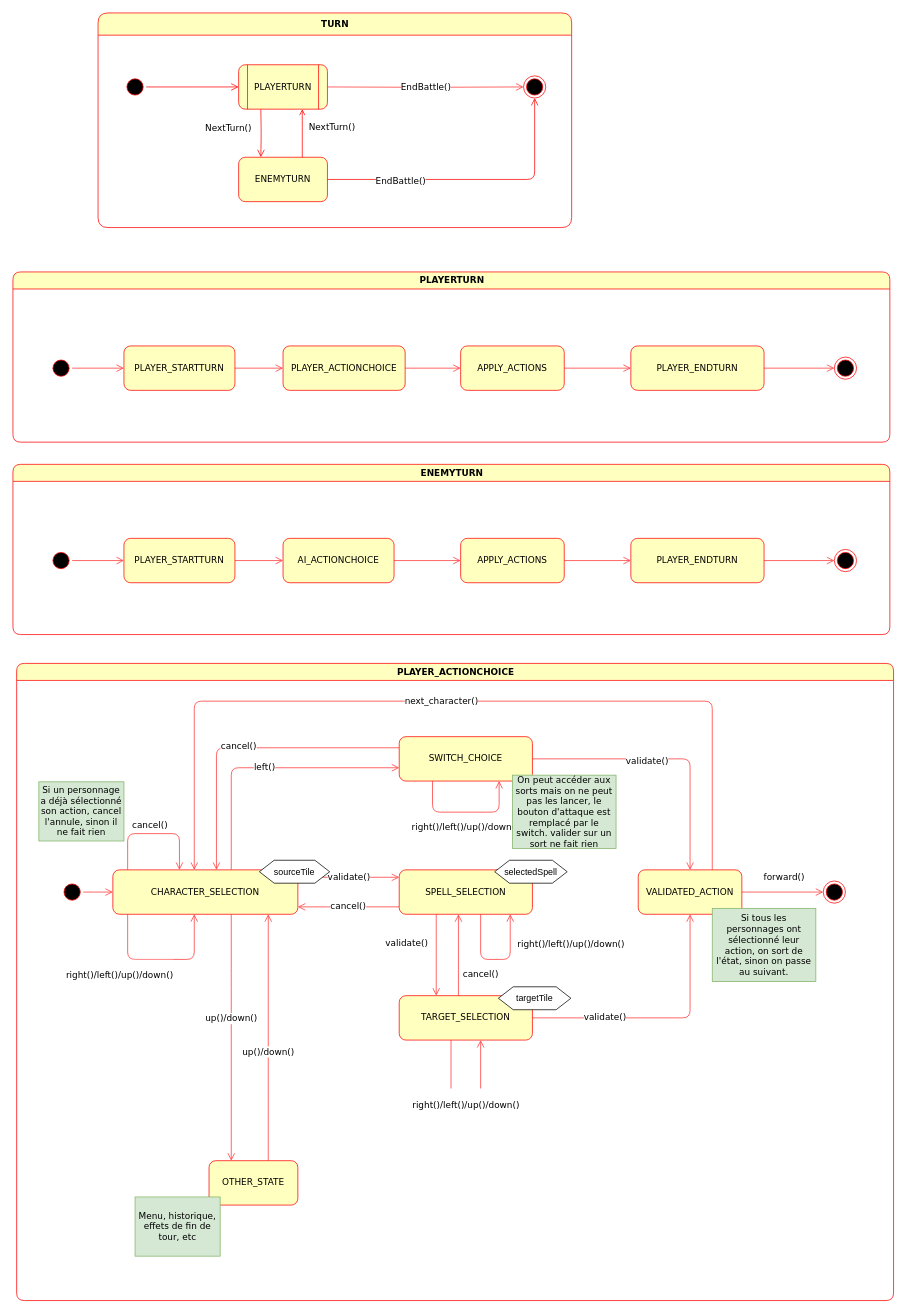
Ushien/Genesis-Zero keeps this draw.io diagram as page "TURN, PLAYERTURN, ENEMYTURN, PLAYER_ACTIONCHOICE" (2 of 2) of Assets/Resources/states_modelisation.drawio. Above is the earlier version. Source tidied: cells renumbered, new cells numbered last; positions are measured from the earlier drawing's top-left corner, leaving out a move shared by most shapes. Both pictures are drawn from the tidied source at 74%, with x=0, y=0 at pixel (13, 13).
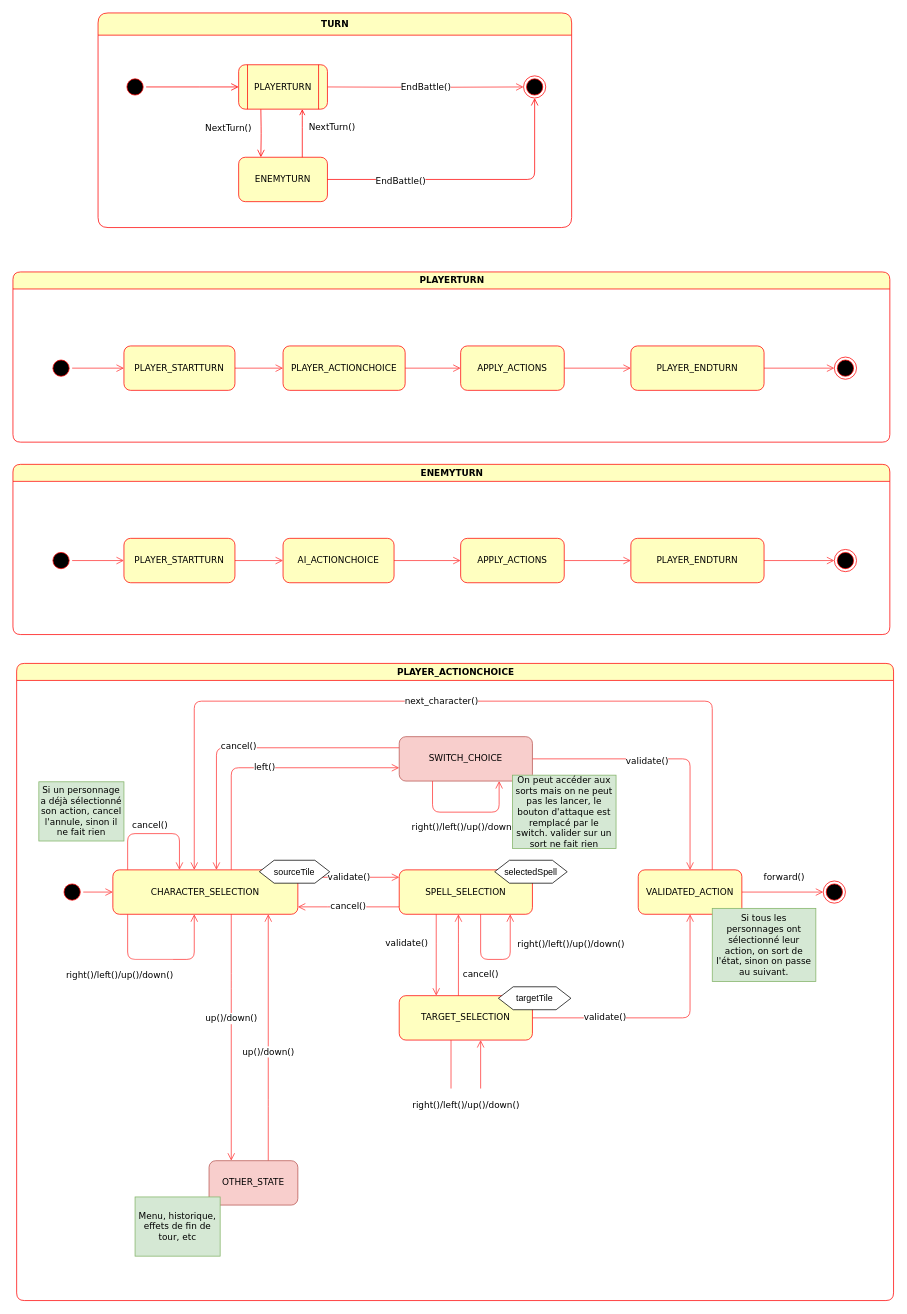
Above is the later version.

Unchanged cells that the change refers to:
```xml
<mxCell id="37" value="PLAYER_ACTIONCHOICE" style="swimlane;shadow=0;labelBackgroundColor=none;comic=0;fontFamily=Verdana;fontSize=12;fontColor=#000000;strokeColor=#ff0000;fillColor=#ffffc0;html=1;rounded=1;" parent="1" vertex="1">
  <mxGeometry x="5" y="879" width="1185" height="861" as="geometry" />
</mxCell>
```

The edit, as a diff of the source:
```diff
@@
-    <mxCell id="58" value="SWITCH_CHOICE" style="whiteSpace=wrap;html=1;shadow=0;labelBackgroundColor=none;comic=0;fontFamily=Verdana;fontSize=12;fontColor=#000000;strokeColor=#ff0000;fillColor=#ffffc0;rounded=1;" parent="37" vertex="1">
+    <mxCell id="58" value="SWITCH_CHOICE" style="whiteSpace=wrap;html=1;shadow=0;labelBackgroundColor=none;comic=0;fontFamily=Verdana;fontSize=12;strokeColor=#b85450;fillColor=#f8cecc;rounded=1;" parent="37" vertex="1">
       <mxGeometry x="517" y="99" width="180" height="60" as="geometry" />
     </mxCell>
@@
-    <mxCell id="69" value="OTHER_STATE" style="whiteSpace=wrap;html=1;shadow=0;labelBackgroundColor=none;comic=0;fontFamily=Verdana;fontSize=12;fontColor=#000000;strokeColor=#ff0000;fillColor=#ffffc0;rounded=1;" parent="37" vertex="1">
+    <mxCell id="69" value="OTHER_STATE" style="whiteSpace=wrap;html=1;shadow=0;labelBackgroundColor=none;comic=0;fontFamily=Verdana;fontSize=12;strokeColor=#b85450;fillColor=#f8cecc;rounded=1;" parent="37" vertex="1">
       <mxGeometry x="260" y="672" width="120" height="60" as="geometry" />
     </mxCell>
```
